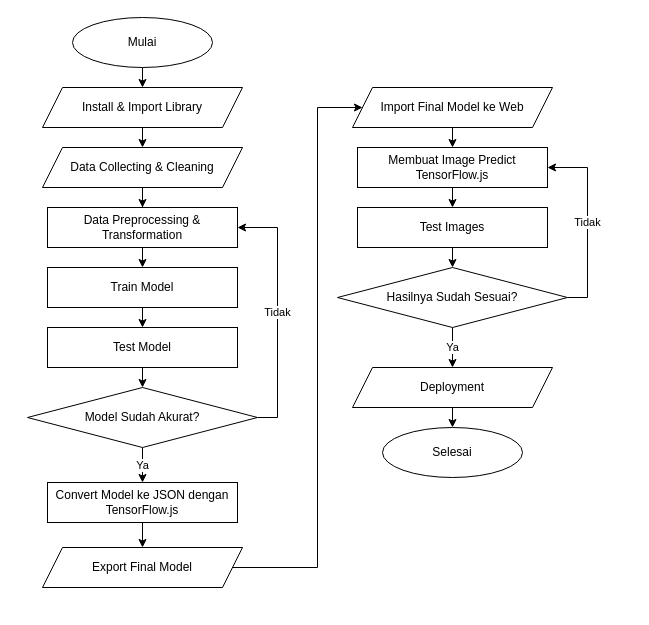
virgiawankusuma/drawio-archive-skripsi keeps this draw.io diagram as Copy of CNN flowchart.drawio. Above is the earlier version. Source tidied: cells renumbered, new cells numbered last; positions are measured from the earlier drawing's top-left corner, leaving out a move shared by most shapes. Both pictures are drawn from the tidied source at 100%, with x=0, y=0 at pixel (27, 17).
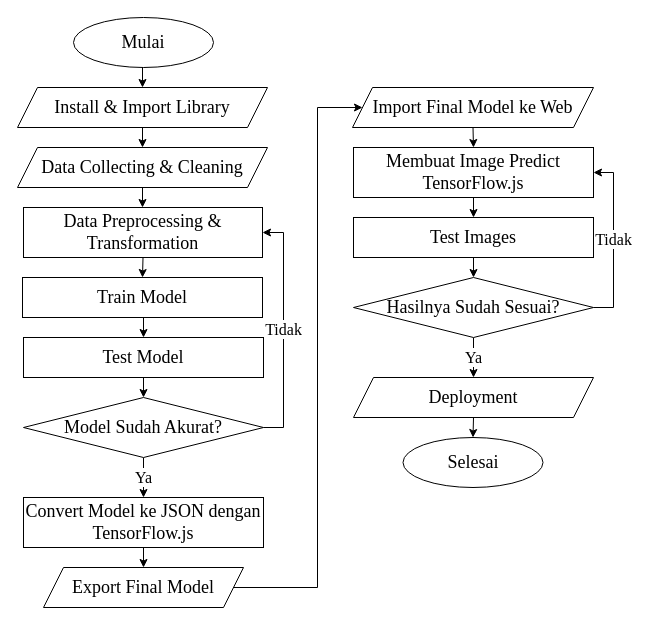
The same page after the edit.

Diff of the diagram source:
```diff
@@
-    <mxCell id="3" value="Mulai" style="ellipse;whiteSpace=wrap;html=1;" parent="1" vertex="1">
-      <mxGeometry x="45" width="140" height="50" as="geometry" />
+    <mxCell id="3" value="Mulai" style="ellipse;whiteSpace=wrap;html=1;fontSize=18;fontFamily=Times New Roman;" parent="1" vertex="1">
+      <mxGeometry x="46" width="140" height="50" as="geometry" />
     </mxCell>
-    <mxCell id="4" value="Selesai" style="ellipse;whiteSpace=wrap;html=1;" parent="1" vertex="1">
-      <mxGeometry x="355" y="410" width="140" height="50" as="geometry" />
+    <mxCell id="4" value="Selesai" style="ellipse;whiteSpace=wrap;html=1;fontSize=18;fontFamily=Times New Roman;" parent="1" vertex="1">
+      <mxGeometry x="375.5" y="420" width="140" height="50" as="geometry" />
     </mxCell>
@@
-    <mxCell id="6" value="Install &amp;amp; Import Library" style="shape=parallelogram;perimeter=parallelogramPerimeter;whiteSpace=wrap;html=1;fixedSize=1;" parent="1" vertex="1">
-      <mxGeometry x="15" y="70" width="200" height="40" as="geometry" />
+    <mxCell id="6" value="Install &amp;amp; Import Library" style="shape=parallelogram;perimeter=parallelogramPerimeter;whiteSpace=wrap;html=1;fixedSize=1;fontSize=18;fontFamily=Times New Roman;" parent="1" vertex="1">
+      <mxGeometry x="-10" y="70" width="250" height="40" as="geometry" />
     </mxCell>
@@
-    <mxCell id="8" value="Data Collecting &amp;amp; Cleaning" style="shape=parallelogram;perimeter=parallelogramPerimeter;whiteSpace=wrap;html=1;fixedSize=1;" parent="1" vertex="1">
-      <mxGeometry x="15" y="130" width="200" height="40" as="geometry" />
+    <mxCell id="8" value="Data Collecting &amp;amp; Cleaning" style="shape=parallelogram;perimeter=parallelogramPerimeter;whiteSpace=wrap;html=1;fixedSize=1;fontSize=18;fontFamily=Times New Roman;" parent="1" vertex="1">
+      <mxGeometry x="-10" y="130" width="250" height="40" as="geometry" />
     </mxCell>
@@
-    <mxCell id="10" value="Data Preprocessing &amp;amp; Transformation" style="rounded=0;whiteSpace=wrap;html=1;" parent="1" vertex="1">
-      <mxGeometry x="20" y="190" width="190" height="40" as="geometry" />
+    <mxCell id="10" value="Data Preprocessing &amp;amp; Transformation" style="rounded=0;whiteSpace=wrap;html=1;fontSize=18;fontFamily=Times New Roman;" parent="1" vertex="1">
+      <mxGeometry x="-4" y="190" width="239" height="50" as="geometry" />
     </mxCell>
@@
-    <mxCell id="12" value="Train Model" style="rounded=0;whiteSpace=wrap;html=1;" parent="1" vertex="1">
-      <mxGeometry x="20" y="250" width="190" height="40" as="geometry" />
+    <mxCell id="12" value="Train Model" style="rounded=0;whiteSpace=wrap;html=1;fontSize=18;fontFamily=Times New Roman;" parent="1" vertex="1">
+      <mxGeometry x="-5" y="260" width="240" height="40" as="geometry" />
     </mxCell>
@@
-    <mxCell id="14" value="Test Model" style="rounded=0;whiteSpace=wrap;html=1;" parent="1" vertex="1">
-      <mxGeometry x="20" y="310" width="190" height="40" as="geometry" />
+    <mxCell id="14" value="Test Model" style="rounded=0;whiteSpace=wrap;html=1;fontSize=18;fontFamily=Times New Roman;" parent="1" vertex="1">
+      <mxGeometry x="-4" y="320" width="240" height="40" as="geometry" />
     </mxCell>
@@
-    <mxCell id="16" value="Convert Model ke JSON dengan TensorFlow.js" style="rounded=0;whiteSpace=wrap;html=1;" parent="1" vertex="1">
-      <mxGeometry x="20" y="465" width="190" height="40" as="geometry" />
+    <mxCell id="16" value="Convert Model ke JSON dengan TensorFlow.js" style="rounded=0;whiteSpace=wrap;html=1;fontSize=18;fontFamily=Times New Roman;" parent="1" vertex="1">
+      <mxGeometry x="-4" y="480" width="240" height="50" as="geometry" />
     </mxCell>
     <mxCell id="17" style="edgeStyle=orthogonalEdgeStyle;rounded=0;jettySize=auto;html=1;exitX=1;exitY=0.5;exitDx=0;exitDy=0;entryX=0;entryY=0.5;entryDx=0;entryDy=0;" parent="1" edge="1" source="18" target="23">
       <mxGeometry relative="1" as="geometry">
         <Array as="points">
-          <mxPoint x="290" y="550" />
+          <mxPoint x="290" y="570" />
           <mxPoint x="290" y="90" />
         </Array>
       </mxGeometry>
     </mxCell>
-    <mxCell id="18" value="Export Final Model" style="shape=parallelogram;perimeter=parallelogramPerimeter;whiteSpace=wrap;html=1;fixedSize=1;" parent="1" vertex="1">
-      <mxGeometry x="15" y="530" width="200" height="40" as="geometry" />
+    <mxCell id="18" value="Export Final Model" style="shape=parallelogram;perimeter=parallelogramPerimeter;whiteSpace=wrap;html=1;fixedSize=1;fontSize=18;fontFamily=Times New Roman;" parent="1" vertex="1">
+      <mxGeometry x="16" y="550" width="200" height="40" as="geometry" />
     </mxCell>
-    <mxCell id="19" value="Tidak" style="edgeStyle=orthogonalEdgeStyle;rounded=0;jettySize=auto;html=1;exitX=1;exitY=0.5;exitDx=0;exitDy=0;entryX=1;entryY=0.5;entryDx=0;entryDy=0;" parent="1" edge="1" source="21" target="10">
+    <mxCell id="19" value="Tidak" style="edgeStyle=orthogonalEdgeStyle;rounded=0;jettySize=auto;html=1;exitX=1;exitY=0.5;exitDx=0;exitDy=0;entryX=1;entryY=0.5;entryDx=0;entryDy=0;fontSize=16;fontFamily=Times New Roman;" parent="1" edge="1" source="21" target="10">
       <mxGeometry relative="1" as="geometry" />
     </mxCell>
-    <mxCell id="20" value="Ya" style="edgeStyle=orthogonalEdgeStyle;rounded=0;jettySize=auto;html=1;exitX=0.5;exitY=1;exitDx=0;exitDy=0;entryX=0.5;entryY=0;entryDx=0;entryDy=0;" parent="1" edge="1" source="21" target="16">
+    <mxCell id="20" value="Ya" style="edgeStyle=orthogonalEdgeStyle;rounded=0;jettySize=auto;html=1;exitX=0.5;exitY=1;exitDx=0;exitDy=0;entryX=0.5;entryY=0;entryDx=0;entryDy=0;fontSize=16;fontFamily=Times New Roman;" parent="1" edge="1" source="21" target="16">
       <mxGeometry relative="1" as="geometry" />
     </mxCell>
-    <mxCell id="21" value="Model Sudah Akurat?" style="rhombus;whiteSpace=wrap;html=1;" parent="1" vertex="1">
-      <mxGeometry y="370" width="230" height="60" as="geometry" />
+    <mxCell id="21" value="Model Sudah Akurat?" style="rhombus;whiteSpace=wrap;html=1;fontSize=18;fontFamily=Times New Roman;" parent="1" vertex="1">
+      <mxGeometry x="-4" y="380" width="240" height="60" as="geometry" />
     </mxCell>
@@
-    <mxCell id="23" value="Import Final Model ke Web" style="shape=parallelogram;perimeter=parallelogramPerimeter;whiteSpace=wrap;html=1;fixedSize=1;" parent="1" vertex="1">
-      <mxGeometry x="325" y="70" width="200" height="40" as="geometry" />
+    <mxCell id="23" value="Import Final Model ke Web" style="shape=parallelogram;perimeter=parallelogramPerimeter;whiteSpace=wrap;html=1;fixedSize=1;fontSize=18;fontFamily=Times New Roman;" parent="1" vertex="1">
+      <mxGeometry x="325" y="70" width="241" height="40" as="geometry" />
     </mxCell>
@@
-    <mxCell id="25" value="Membuat Image Predict TensorFlow.js" style="rounded=0;whiteSpace=wrap;html=1;" parent="1" vertex="1">
-      <mxGeometry x="330" y="130" width="190" height="40" as="geometry" />
+    <mxCell id="25" value="Membuat Image Predict TensorFlow.js" style="rounded=0;whiteSpace=wrap;html=1;fontSize=18;fontFamily=Times New Roman;" parent="1" vertex="1">
+      <mxGeometry x="326" y="130" width="240" height="50" as="geometry" />
     </mxCell>
@@
-    <mxCell id="27" value="Deployment" style="shape=parallelogram;perimeter=parallelogramPerimeter;whiteSpace=wrap;html=1;fixedSize=1;" parent="1" vertex="1">
-      <mxGeometry x="325" y="350" width="200" height="40" as="geometry" />
+    <mxCell id="27" value="Deployment" style="shape=parallelogram;perimeter=parallelogramPerimeter;whiteSpace=wrap;html=1;fixedSize=1;fontSize=18;fontFamily=Times New Roman;" parent="1" vertex="1">
+      <mxGeometry x="326" y="360" width="240" height="40" as="geometry" />
     </mxCell>
@@
-    <mxCell id="29" value="Test Images" style="rounded=0;whiteSpace=wrap;html=1;" parent="1" vertex="1">
-      <mxGeometry x="330" y="190" width="190" height="40" as="geometry" />
+    <mxCell id="29" value="Test Images" style="rounded=0;whiteSpace=wrap;html=1;fontSize=18;fontFamily=Times New Roman;" parent="1" vertex="1">
+      <mxGeometry x="326" y="200" width="240" height="40" as="geometry" />
     </mxCell>
-    <mxCell id="30" value="Ya" style="edgeStyle=orthogonalEdgeStyle;rounded=0;jettySize=auto;html=1;exitX=0.5;exitY=1;exitDx=0;exitDy=0;" parent="1" edge="1" source="32" target="27">
+    <mxCell id="30" value="Ya" style="edgeStyle=orthogonalEdgeStyle;rounded=0;jettySize=auto;html=1;exitX=0.5;exitY=1;exitDx=0;exitDy=0;fontSize=16;fontFamily=Times New Roman;" parent="1" edge="1" source="32" target="27">
       <mxGeometry relative="1" as="geometry" />
     </mxCell>
-    <mxCell id="31" value="Tidak" style="edgeStyle=orthogonalEdgeStyle;rounded=0;jettySize=auto;html=1;exitX=1;exitY=0.5;exitDx=0;exitDy=0;entryX=1;entryY=0.5;entryDx=0;entryDy=0;" parent="1" edge="1" source="32" target="25">
+    <mxCell id="31" value="Tidak" style="edgeStyle=orthogonalEdgeStyle;rounded=0;jettySize=auto;html=1;exitX=1;exitY=0.5;exitDx=0;exitDy=0;entryX=1;entryY=0.5;entryDx=0;entryDy=0;fontSize=16;fontFamily=Times New Roman;" parent="1" edge="1" source="32" target="25">
       <mxGeometry relative="1" as="geometry" />
     </mxCell>
-    <mxCell id="32" value="Hasilnya Sudah Sesuai?" style="rhombus;whiteSpace=wrap;html=1;" parent="1" vertex="1">
-      <mxGeometry x="310" y="250" width="230" height="60" as="geometry" />
+    <mxCell id="32" value="Hasilnya Sudah Sesuai?" style="rhombus;whiteSpace=wrap;html=1;fontSize=18;fontFamily=Times New Roman;" parent="1" vertex="1">
+      <mxGeometry x="326" y="260" width="240" height="60" as="geometry" />
     </mxCell>
```
